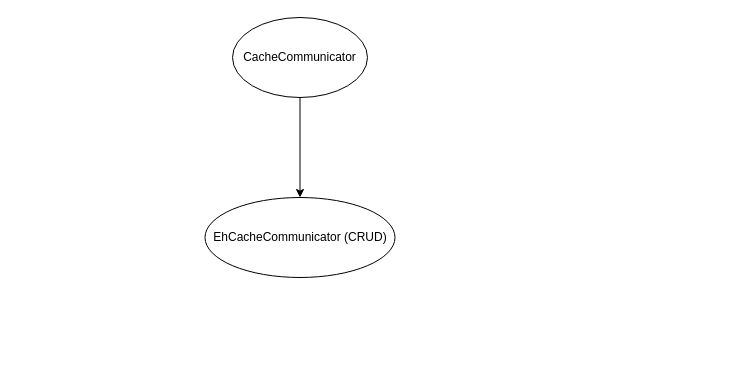
Before: CacheCrud.drawio in anshuldevmehta/RandomDiagrams, a draw.io diagram. Source tidied: cells renumbered, new cells numbered last; positions are measured from the earlier drawing's top-left corner, leaving out a move shared by most shapes. Both pictures are drawn from the tidied source at 100%, with x=0, y=0 at pixel (205, 17).
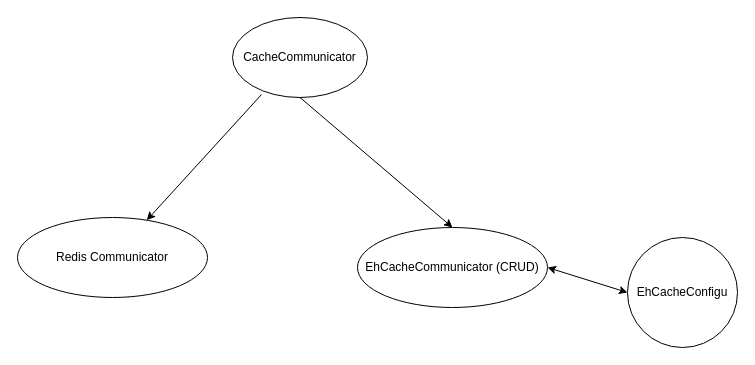
After the change.

Change to the diagram source:
```diff
@@
 <mxGraphModel>
   <root>
     <mxCell id="0" />
     <mxCell id="1" parent="0" />
     <mxCell id="2" value="EhCacheCommunicator (CRUD)" style="ellipse;whiteSpace=wrap;html=1;" parent="1" vertex="1">
-      <mxGeometry x="-0.5" y="180" width="190" height="80" as="geometry" />
+      <mxGeometry x="152" y="210" width="190" height="80" as="geometry" />
     </mxCell>
     <mxCell id="3" value="CacheCommunicator" style="ellipse;whiteSpace=wrap;html=1;" parent="1" vertex="1">
       <mxGeometry x="27" width="135" height="80" as="geometry" />
     </mxCell>
     <mxCell id="4" style="endArrow=classic;html=1;rounded=0;entryX=0.5;entryY=0;entryDx=0;entryDy=0;exitX=0.5;exitY=1;exitDx=0;exitDy=0;" parent="1" edge="1" source="3" target="2">
       <mxGeometry relative="1" as="geometry" />
     </mxCell>
+    <mxCell id="5" value="Redis Communicator" style="ellipse;whiteSpace=wrap;html=1;" parent="1" vertex="1">
+      <mxGeometry x="-188" y="200" width="190" height="80" as="geometry" />
+    </mxCell>
+    <mxCell id="6" style="endArrow=classic;html=1;rounded=0;exitX=0.215;exitY=0.963;exitDx=0;exitDy=0;exitPerimeter=0;" parent="1" edge="1" source="3" target="5">
+      <mxGeometry relative="1" as="geometry" />
+    </mxCell>
+    <mxCell id="7" value="EhCacheConfigu" style="ellipse;whiteSpace=wrap;html=1;" parent="1" vertex="1">
+      <mxGeometry x="422" y="220" width="110" height="110" as="geometry" />
+    </mxCell>
+    <mxCell id="8" style="endArrow=classic;startArrow=classic;html=1;rounded=0;entryX=0;entryY=0.5;entryDx=0;entryDy=0;" parent="1" edge="1" target="7">
+      <mxGeometry relative="1" as="geometry">
+        <mxPoint x="342" y="250" as="sourcePoint" />
+      </mxGeometry>
+    </mxCell>
   </root>
 </mxGraphModel>
```
